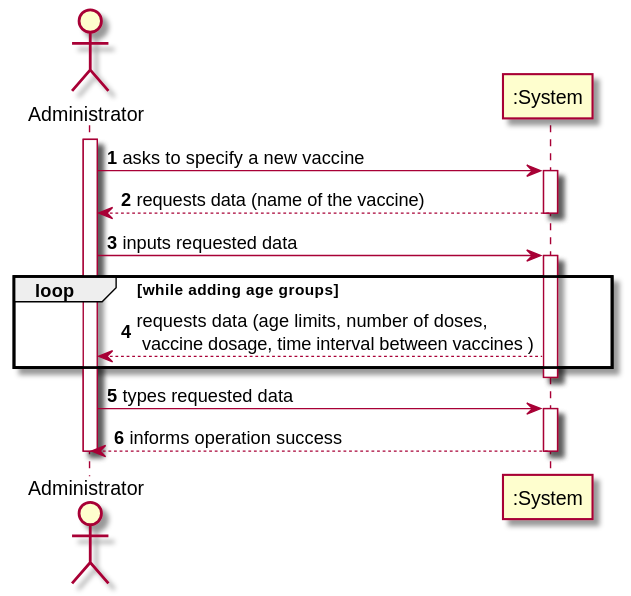
The PlantUML diagram docs/SprintB/US013/US013_SSD.svg in Pirussa/lei-22-s2-1da-g02, before a commit.
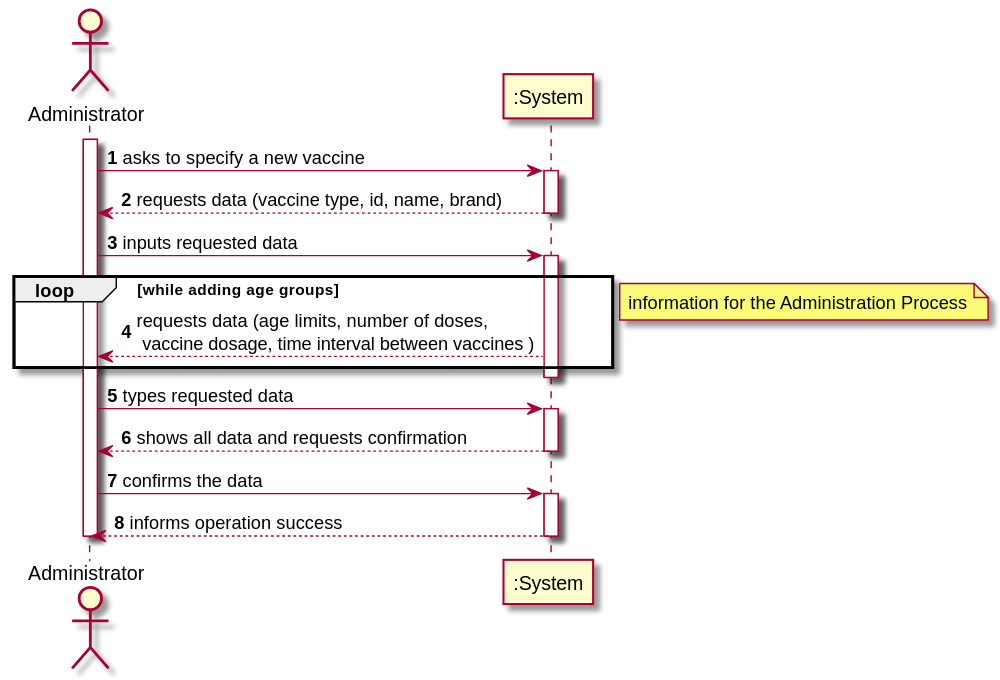
Later version of the same file.

Diff of the diagram source:
```diff
@@ -7,7 +7,7 @@
 A -> ":System" : asks to specify a new vaccine
 
 activate ":System"
-":System" --> A : requests data (name of the vaccine)
+":System" --> A : requests data (vaccine type, id, name, brand)
 deactivate ":System"
 
 A -> ":System" : inputs requested data
@@ -17,10 +17,19 @@
 loop while adding age groups
  ":System" --> A : requests data (age limits, number of doses,\n vaccine dosage, time interval between vaccines )
 end
-
+note right
+information for the Administration Process
+end note
 deactivate ":System"
 
 A -> ":System" : types requested data
+
+activate ":System"
+":System" --> A : shows all data and requests confirmation
+deactivate ":System"
+
+A -> ":System" : confirms the data
+
 activate ":System"
 ":System" --> A : informs operation success
 deactivate ":System"
```
